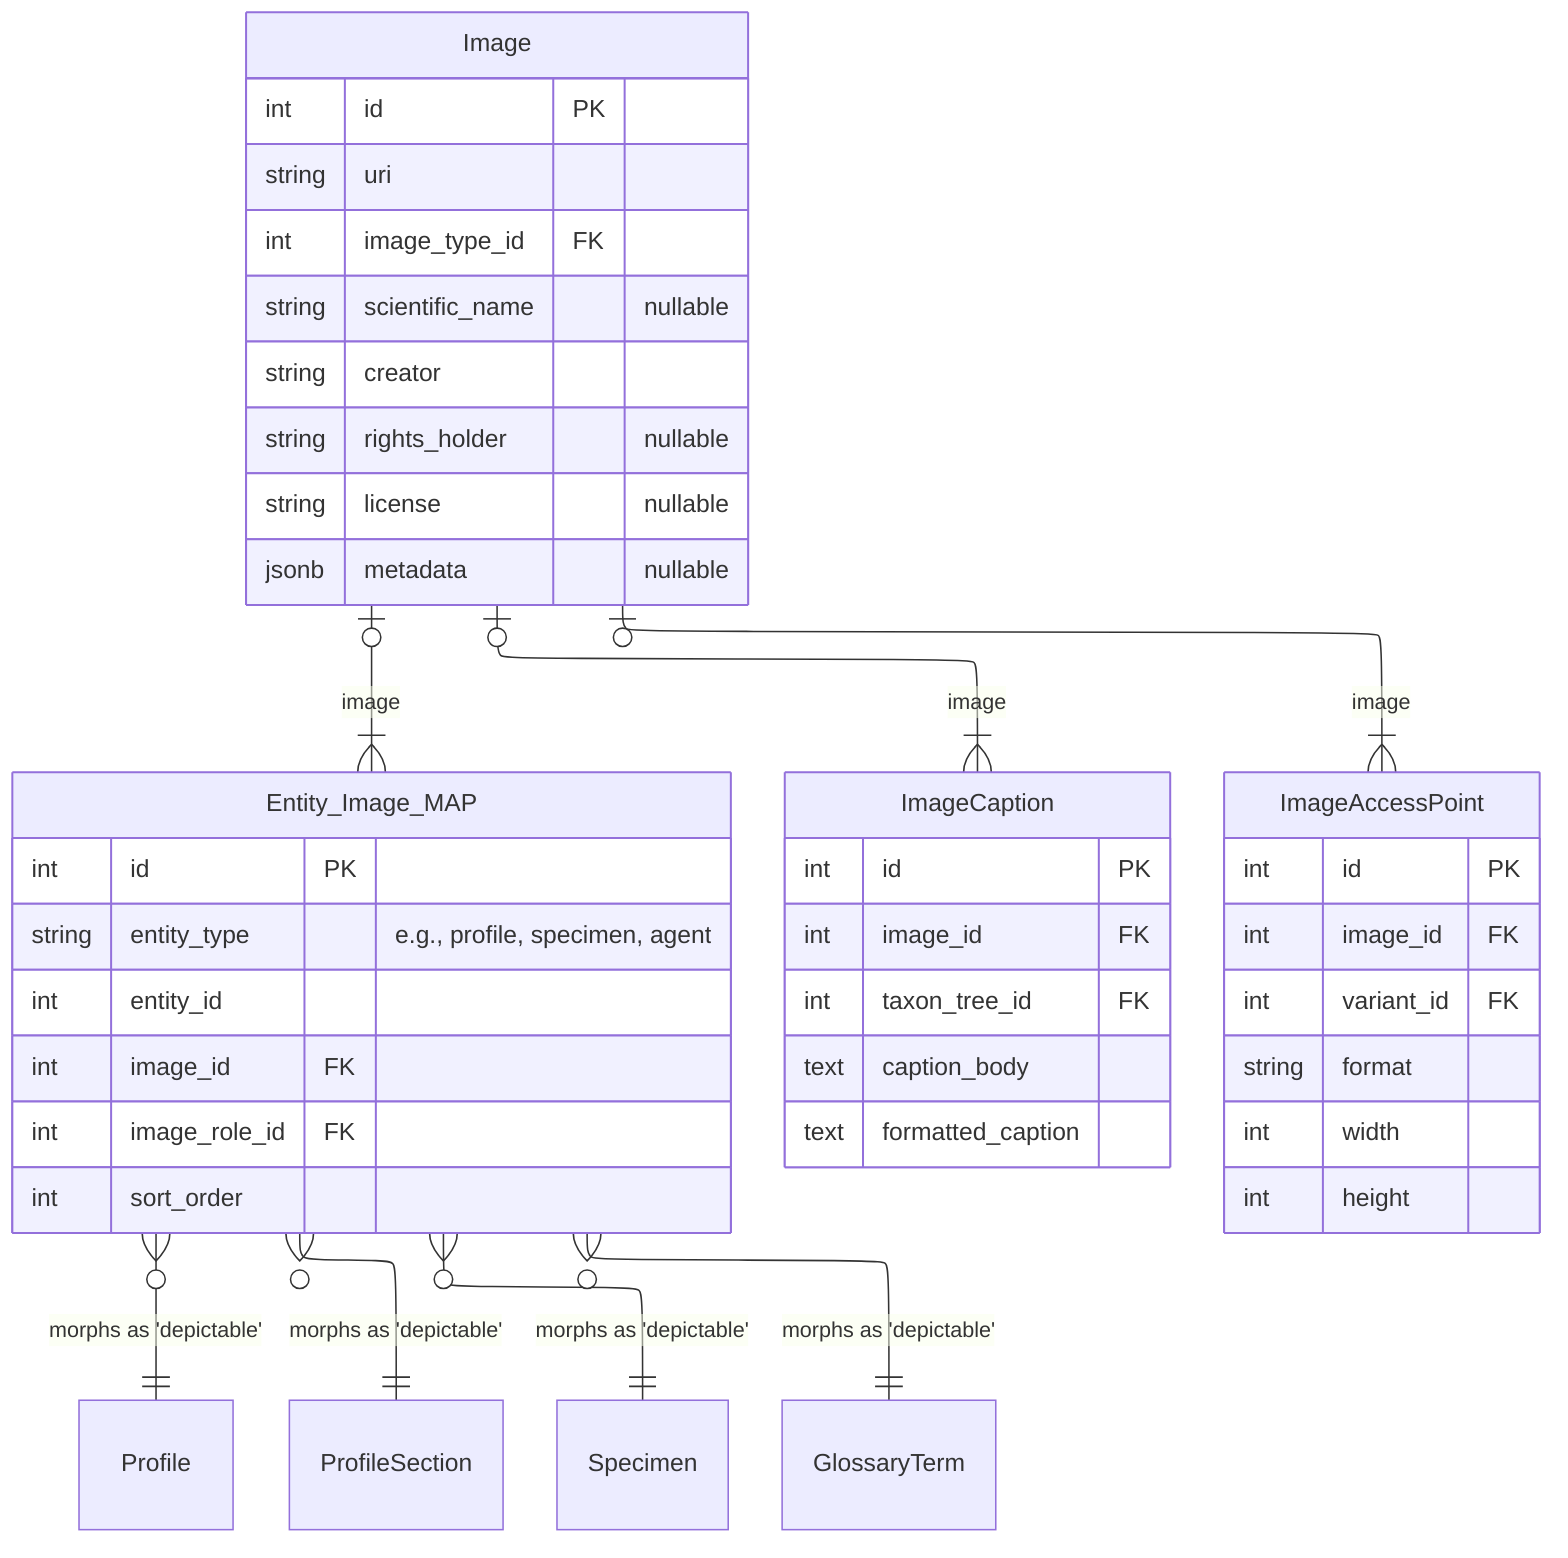
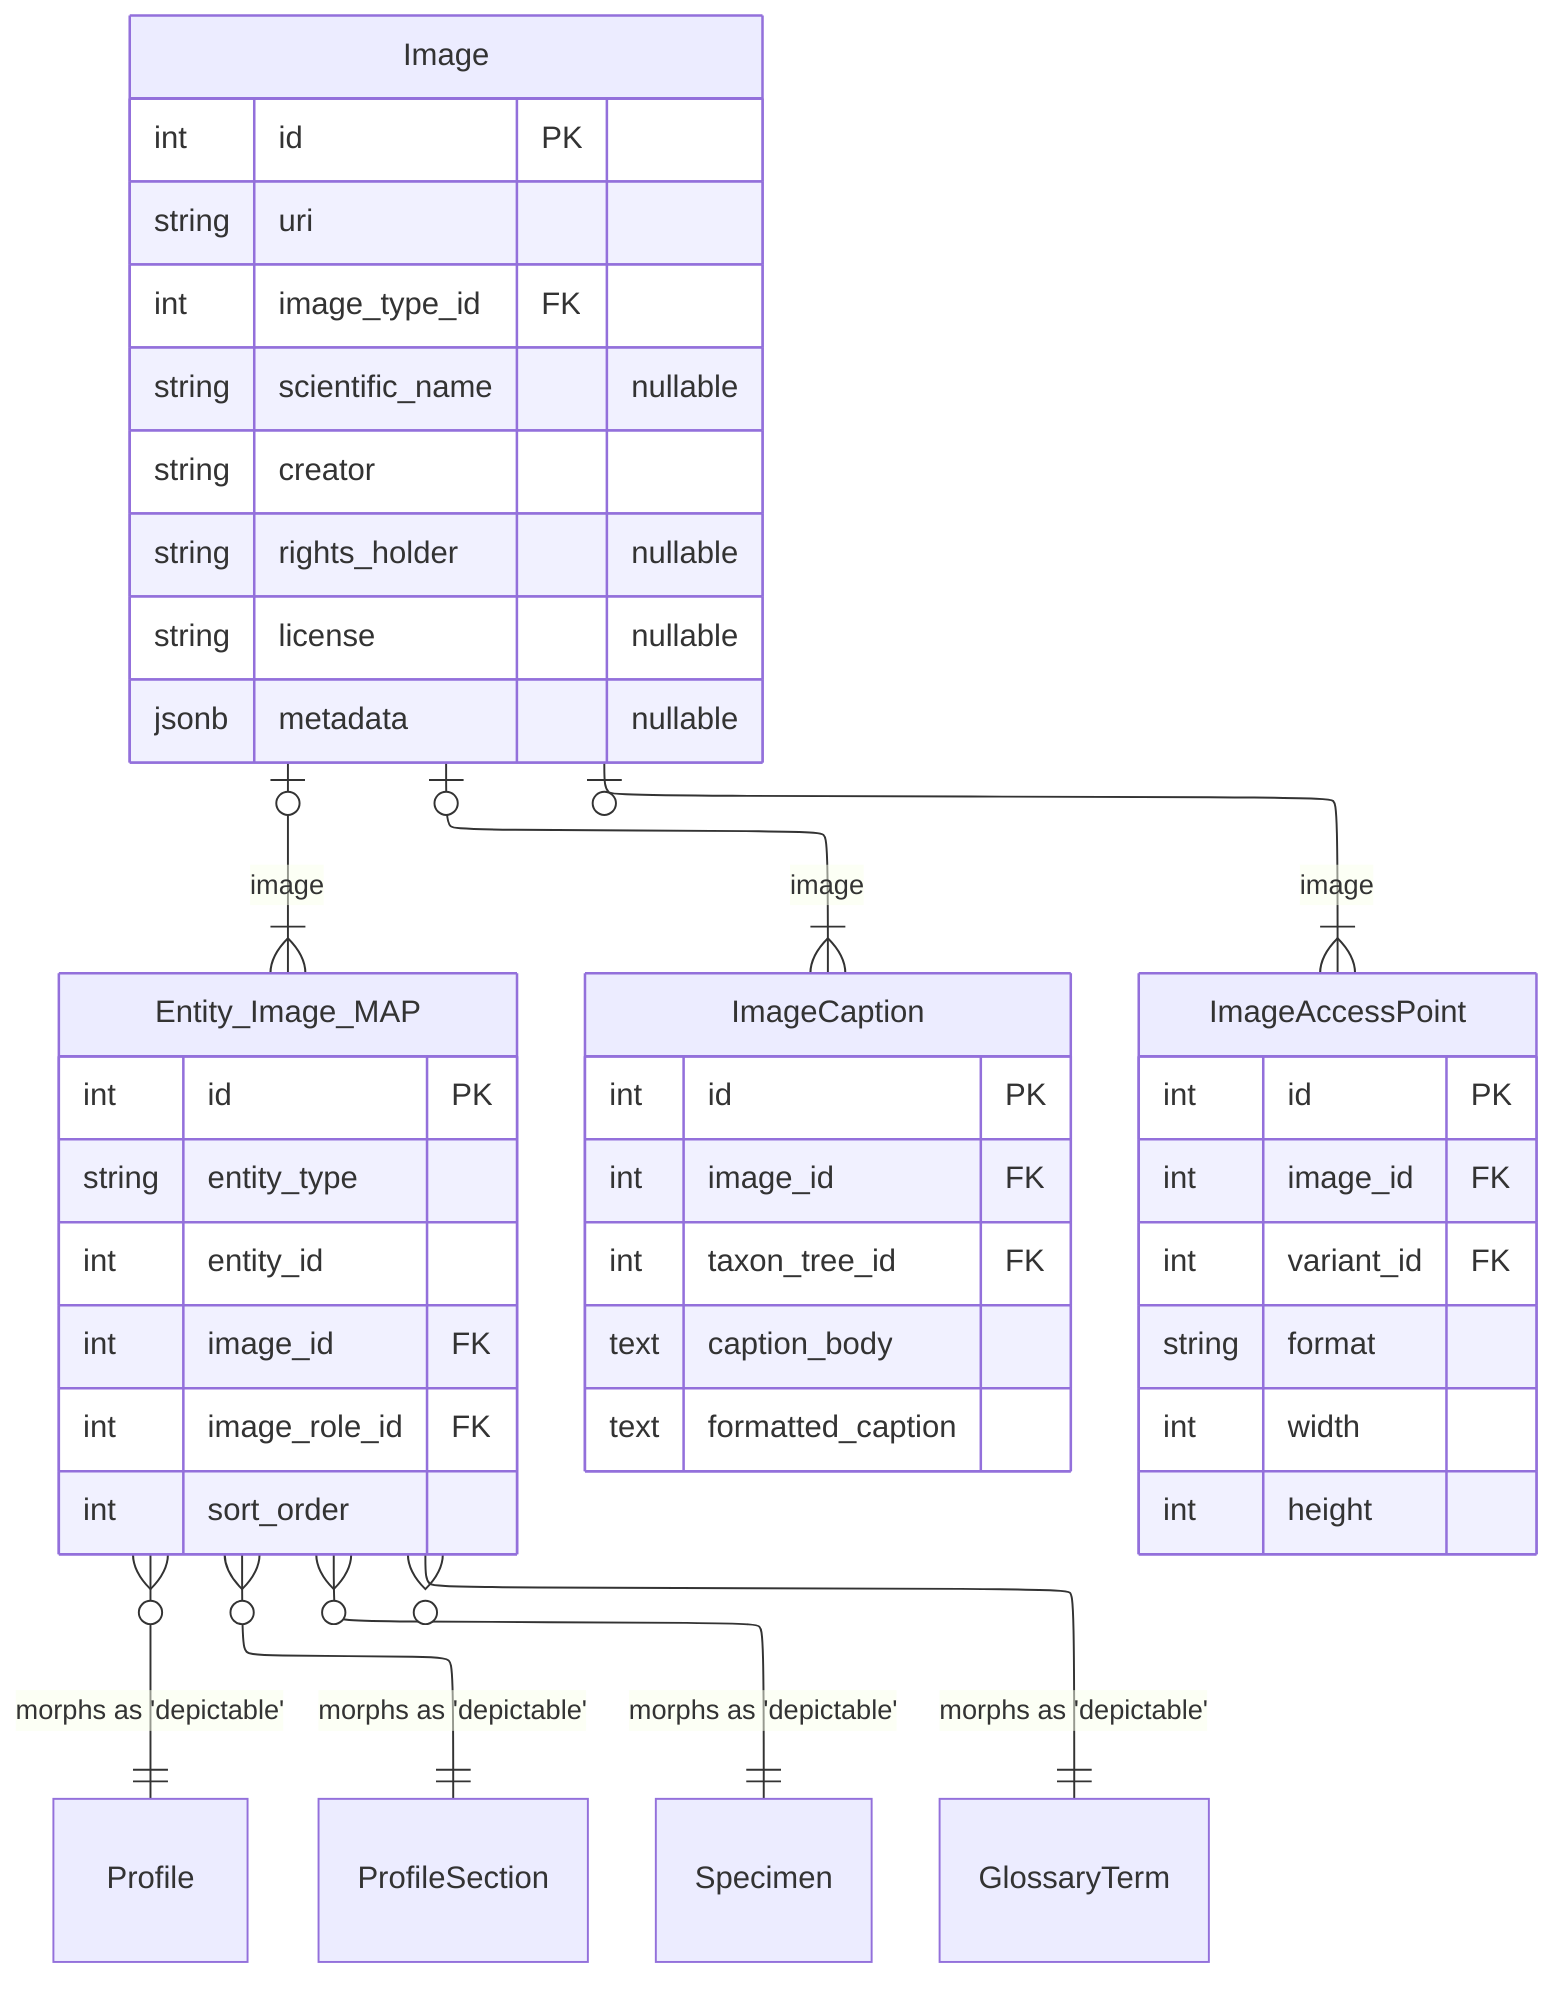
---
config:
  layout: elk
---
erDiagram
  Image |o--|{ Entity_Image_MAP : "image"

  Entity_Image_MAP }o--|| Profile : "morphs as 'depictable'"
  Entity_Image_MAP }o--|| ProfileSection : "morphs as 'depictable'"
  Entity_Image_MAP }o--|| Specimen : "morphs as 'depictable'"
  Entity_Image_MAP }o--|| GlossaryTerm : "morphs as 'depictable'"

  Image |o--|{ ImageCaption : "image"

  Image |o--|{ ImageAccessPoint : "image"

  Entity_Image_MAP {
    int id PK
-     string entity_type "e.g., profile, specimen, agent"
+     string entity_type
    int entity_id
    int image_id FK
    int image_role_id FK
    int sort_order
  }

  Image {
    int id PK
    string uri
    int image_type_id FK
    string scientific_name "nullable"
    string creator
    string rights_holder "nullable"
    string license "nullable"
    jsonb metadata "nullable"
  }

  ImageCaption {
    int id PK
    int image_id FK
    int taxon_tree_id FK
    text caption_body
    text formatted_caption
  }

  ImageAccessPoint {
    int id PK
    int image_id FK
    int variant_id FK
    string format
    int width
    int height
  }